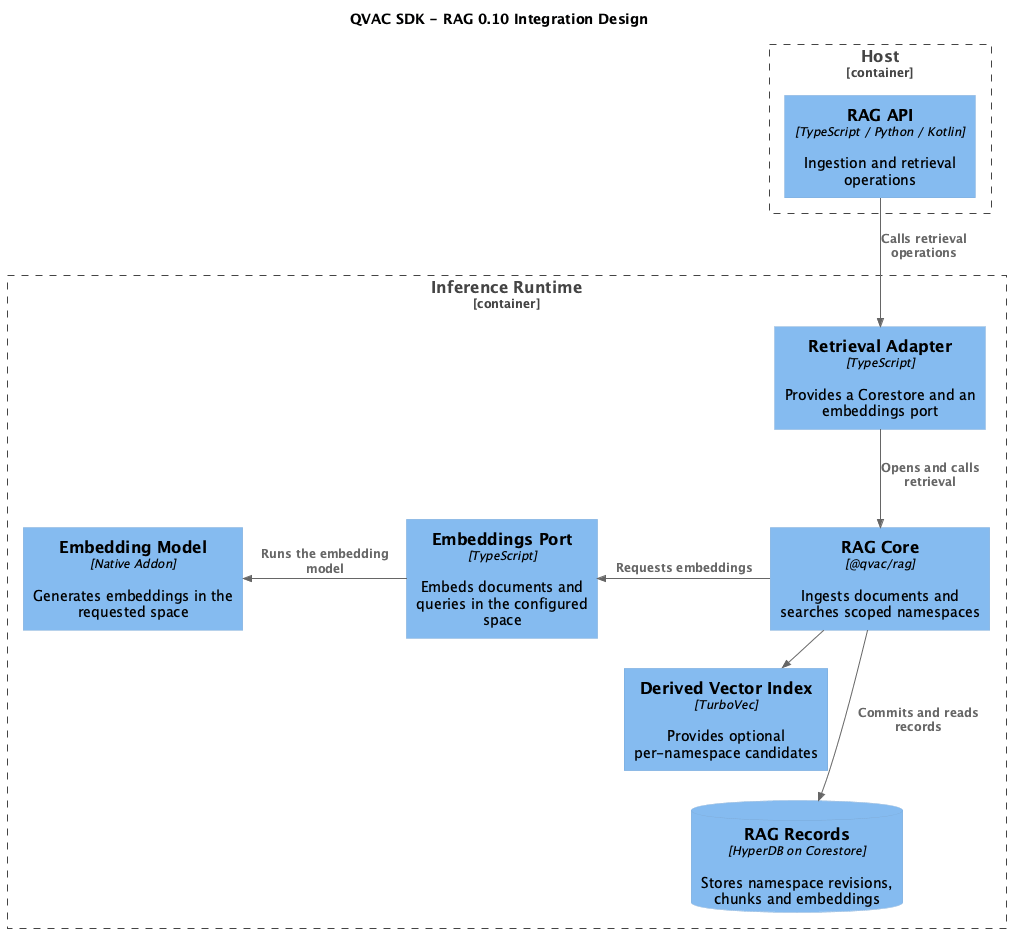
Earlier version of the PlantUML export docs/architecture/puml/images/10-rag-components.png (tetherto/qvac).
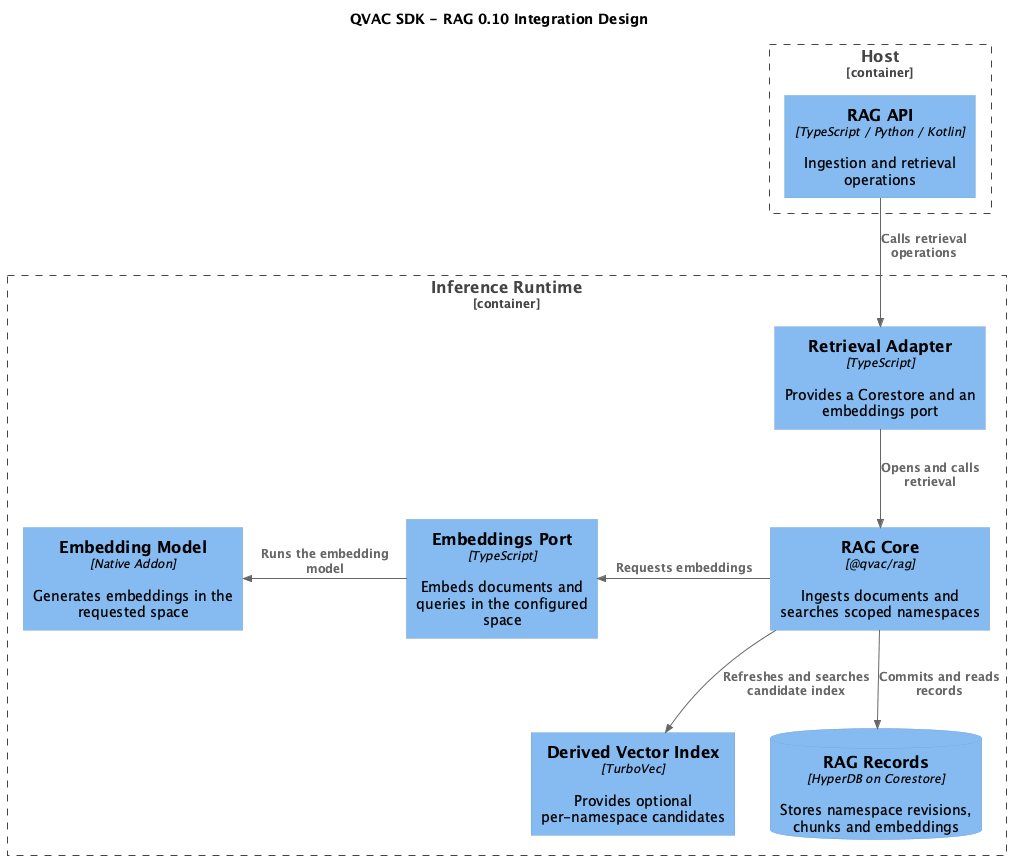
The same file after the commit.

What changed in the source:
```diff
@@ -22,7 +22,6 @@
 Rel_L(rag, embeddings, "Requests embeddings")
 Rel_L(embeddings, embed, "Runs the embedding model")
 Rel_D(rag, hyperdb, "Commits and reads records")
-Rel_R(rag, index, "Refreshes and searches candidate index")
+Rel_D(rag, index, "Refreshes and searches candidate index")
 
-Lay_L(hyperdb, index)
 @enduml
```
